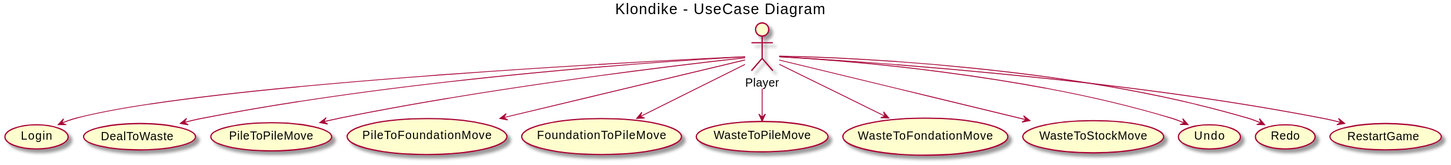
This is out/2 Modelo de vistas de caso de uso/Diagrama de actores y casos de uso/ActorsDiagram.svg from AngelOS95P/Maestria_IngSoftware_grupo6, a PlantUML export, as it was before one commit.
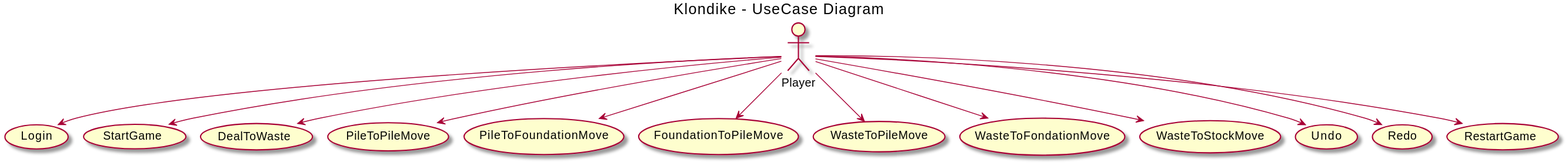
The same diagram one commit later.

The edit, as a diff of the source:
```diff
@@ -6,6 +6,7 @@
 actor Player
 
 usecase Login
+usecase StartGame
 usecase DealToWaste
 usecase PileToPileMove
 usecase PileToFoundationMove
@@ -18,6 +19,7 @@
 usecase RestartGame
 
 Player --> Login
+Player --> StartGame
 Player --> DealToWaste
 Player --> PileToPileMove
 Player --> PileToFoundationMove
```
